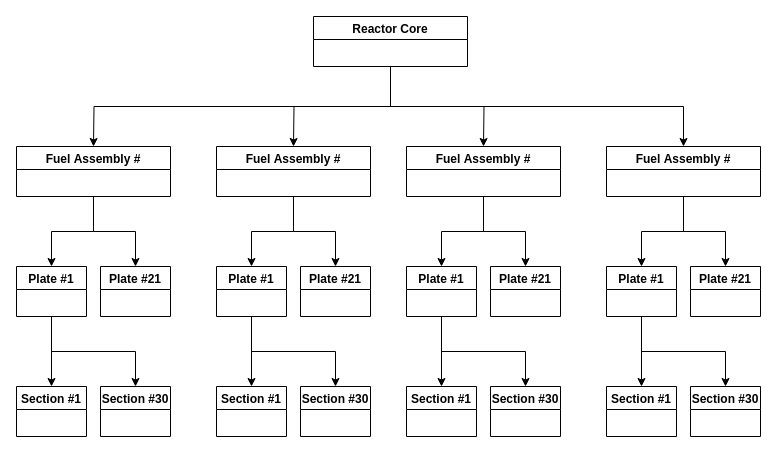
dbeauch/MUSE keeps this draw.io diagram as Template_Editor/diagrams/FuelAssembly.drawio. Above is the earlier version. Source tidied: cells renumbered, new cells numbered last; positions are measured from the earlier drawing's top-left corner, leaving out a move shared by most shapes. Both pictures are drawn from the tidied source at 100%, with x=0, y=0 at pixel (16, 16).
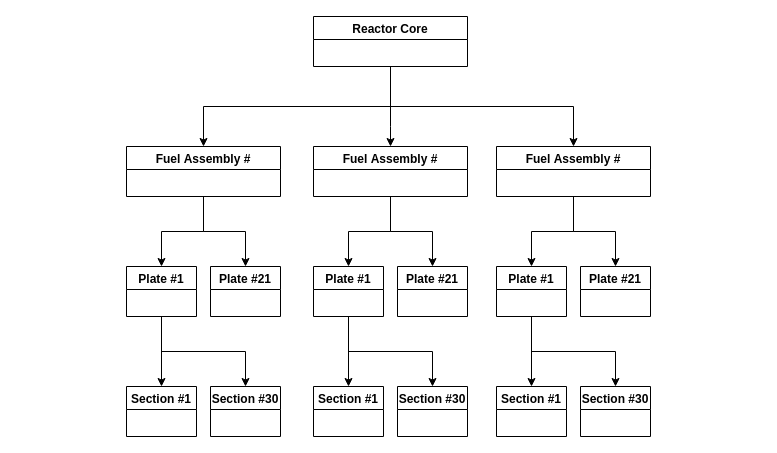
Above is the later version.

The change refers to these unchanged cells:
```xml
<mxCell id="6" value="Reactor Core" style="swimlane;" parent="1" vertex="1">
  <mxGeometry x="297" width="154" height="50" as="geometry" />
</mxCell>
```

Change to the diagram source:
```diff
@@
-    <mxCell id="2" style="edgeStyle=orthogonalEdgeStyle;rounded=0;jettySize=auto;html=1;exitX=0.5;exitY=1;exitDx=0;exitDy=0;entryX=0.5;entryY=0;entryDx=0;entryDy=0;" parent="1" edge="1" source="6">
-      <mxGeometry relative="1" as="geometry">
-        <mxPoint x="77" y="130" as="targetPoint" />
-      </mxGeometry>
+    <mxCell id="2" style="edgeStyle=orthogonalEdgeStyle;rounded=0;jettySize=auto;html=1;exitX=0.5;exitY=1;exitDx=0;exitDy=0;entryX=0.5;entryY=0;entryDx=0;entryDy=0;" parent="1" edge="1" source="6" target="36">
+      <mxGeometry relative="1" as="geometry" />
     </mxCell>
-    <mxCell id="3" style="edgeStyle=orthogonalEdgeStyle;rounded=0;jettySize=auto;html=1;exitX=0.5;exitY=1;exitDx=0;exitDy=0;entryX=0.5;entryY=0;entryDx=0;entryDy=0;" parent="1" edge="1" source="6">
+    <mxCell id="3" style="edgeStyle=orthogonalEdgeStyle;rounded=0;jettySize=auto;html=1;exitX=0.5;exitY=1;exitDx=0;exitDy=0;entryX=0.5;entryY=0;entryDx=0;entryDy=0;" parent="1" edge="1" source="6" target="27">
       <mxGeometry relative="1" as="geometry">
-        <mxPoint x="277" y="130" as="targetPoint" />
+        <Array as="points">
+          <mxPoint x="374" y="110" />
+          <mxPoint x="374" y="110" />
+        </Array>
       </mxGeometry>
     </mxCell>
-    <mxCell id="4" style="edgeStyle=orthogonalEdgeStyle;rounded=0;jettySize=auto;html=1;exitX=0.5;exitY=1;exitDx=0;exitDy=0;entryX=0.5;entryY=0;entryDx=0;entryDy=0;" parent="1" edge="1" source="6">
-      <mxGeometry relative="1" as="geometry">
-        <mxPoint x="467" y="130" as="targetPoint" />
-      </mxGeometry>
-    </mxCell>
@@
     <mxCell id="9" value="Fuel Assembly #" style="swimlane;" parent="1" vertex="1">
-      <mxGeometry x="590" y="130" width="154" height="50" as="geometry" />
+      <mxGeometry x="480" y="130" width="154" height="50" as="geometry" />
     </mxCell>
@@
     <mxCell id="12" value="Plate #1" style="swimlane;" parent="1" vertex="1">
-      <mxGeometry x="590" y="250" width="70" height="50" as="geometry" />
+      <mxGeometry x="480" y="250" width="70" height="50" as="geometry" />
     </mxCell>
     <mxCell id="13" value="Plate #21" style="swimlane;" parent="1" vertex="1">
-      <mxGeometry x="674" y="250" width="70" height="50" as="geometry" />
+      <mxGeometry x="564" y="250" width="70" height="50" as="geometry" />
     </mxCell>
     <mxCell id="14" value="Section #1" style="swimlane;" parent="1" vertex="1">
-      <mxGeometry x="590" y="370" width="70" height="50" as="geometry" />
+      <mxGeometry x="480" y="370" width="70" height="50" as="geometry" />
     </mxCell>
     <mxCell id="15" value="Section #30" style="swimlane;" parent="1" vertex="1">
-      <mxGeometry x="674" y="370" width="70" height="50" as="geometry" />
+      <mxGeometry x="564" y="370" width="70" height="50" as="geometry" />
     </mxCell>
-    <mxCell id="16" style="edgeStyle=orthogonalEdgeStyle;rounded=0;jettySize=auto;html=1;exitX=0.5;exitY=1;exitDx=0;exitDy=0;entryX=0.5;entryY=0;entryDx=0;entryDy=0;" parent="1" edge="1" source="18" target="21">
-      <mxGeometry relative="1" as="geometry" />
-    </mxCell>
-    <mxCell id="17" style="edgeStyle=orthogonalEdgeStyle;rounded=0;jettySize=auto;html=1;exitX=0.5;exitY=1;exitDx=0;exitDy=0;entryX=0.5;entryY=0;entryDx=0;entryDy=0;" parent="1" edge="1" source="18" target="22">
-      <mxGeometry relative="1" as="geometry" />
-    </mxCell>
-    <mxCell id="18" value="Fuel Assembly #" style="swimlane;" parent="1" vertex="1">
-      <mxGeometry x="390" y="130" width="154" height="50" as="geometry" />
-    </mxCell>
-    <mxCell id="19" style="edgeStyle=orthogonalEdgeStyle;rounded=0;jettySize=auto;html=1;exitX=0.5;exitY=1;exitDx=0;exitDy=0;entryX=0.5;entryY=0;entryDx=0;entryDy=0;" parent="1" edge="1" source="21" target="23">
-      <mxGeometry relative="1" as="geometry" />
-    </mxCell>
-    <mxCell id="20" style="edgeStyle=orthogonalEdgeStyle;rounded=0;jettySize=auto;html=1;exitX=0.5;exitY=1;exitDx=0;exitDy=0;entryX=0.5;entryY=0;entryDx=0;entryDy=0;" parent="1" edge="1" source="21" target="24">
-      <mxGeometry relative="1" as="geometry" />
-    </mxCell>
-    <mxCell id="21" value="Plate #1" style="swimlane;" parent="1" vertex="1">
-      <mxGeometry x="390" y="250" width="70" height="50" as="geometry" />
-    </mxCell>
-    <mxCell id="22" value="Plate #21" style="swimlane;" parent="1" vertex="1">
-      <mxGeometry x="474" y="250" width="70" height="50" as="geometry" />
-    </mxCell>
-    <mxCell id="23" value="Section #1" style="swimlane;" parent="1" vertex="1">
-      <mxGeometry x="390" y="370" width="70" height="50" as="geometry" />
-    </mxCell>
-    <mxCell id="24" value="Section #30" style="swimlane;" parent="1" vertex="1">
-      <mxGeometry x="474" y="370" width="70" height="50" as="geometry" />
-    </mxCell>
@@
     <mxCell id="27" value="Fuel Assembly #" style="swimlane;" parent="1" vertex="1">
-      <mxGeometry x="200" y="130" width="154" height="50" as="geometry" />
+      <mxGeometry x="297" y="130" width="154" height="50" as="geometry" />
     </mxCell>
@@
     <mxCell id="30" value="Plate #1" style="swimlane;" parent="1" vertex="1">
-      <mxGeometry x="200" y="250" width="70" height="50" as="geometry" />
+      <mxGeometry x="297" y="250" width="70" height="50" as="geometry" />
     </mxCell>
     <mxCell id="31" value="Plate #21" style="swimlane;" parent="1" vertex="1">
-      <mxGeometry x="284" y="250" width="70" height="50" as="geometry" />
+      <mxGeometry x="381" y="250" width="70" height="50" as="geometry" />
     </mxCell>
     <mxCell id="32" value="Section #1" style="swimlane;" parent="1" vertex="1">
-      <mxGeometry x="200" y="370" width="70" height="50" as="geometry" />
+      <mxGeometry x="297" y="370" width="70" height="50" as="geometry" />
     </mxCell>
     <mxCell id="33" value="Section #30" style="swimlane;" parent="1" vertex="1">
-      <mxGeometry x="284" y="370" width="70" height="50" as="geometry" />
+      <mxGeometry x="381" y="370" width="70" height="50" as="geometry" />
     </mxCell>
@@
     <mxCell id="36" value="Fuel Assembly #" style="swimlane;" parent="1" vertex="1">
-      <mxGeometry y="130" width="154" height="50" as="geometry" />
+      <mxGeometry x="110" y="130" width="154" height="50" as="geometry" />
     </mxCell>
@@
     <mxCell id="39" value="Plate #1" style="swimlane;" parent="1" vertex="1">
-      <mxGeometry y="250" width="70" height="50" as="geometry" />
+      <mxGeometry x="110" y="250" width="70" height="50" as="geometry" />
     </mxCell>
     <mxCell id="40" value="Plate #21" style="swimlane;" parent="1" vertex="1">
-      <mxGeometry x="84" y="250" width="70" height="50" as="geometry" />
+      <mxGeometry x="194" y="250" width="70" height="50" as="geometry" />
     </mxCell>
     <mxCell id="41" value="Section #1" style="swimlane;" parent="1" vertex="1">
-      <mxGeometry y="370" width="70" height="50" as="geometry" />
+      <mxGeometry x="110" y="370" width="70" height="50" as="geometry" />
     </mxCell>
     <mxCell id="42" value="Section #30" style="swimlane;" parent="1" vertex="1">
-      <mxGeometry x="84" y="370" width="70" height="50" as="geometry" />
+      <mxGeometry x="194" y="370" width="70" height="50" as="geometry" />
     </mxCell>
```
